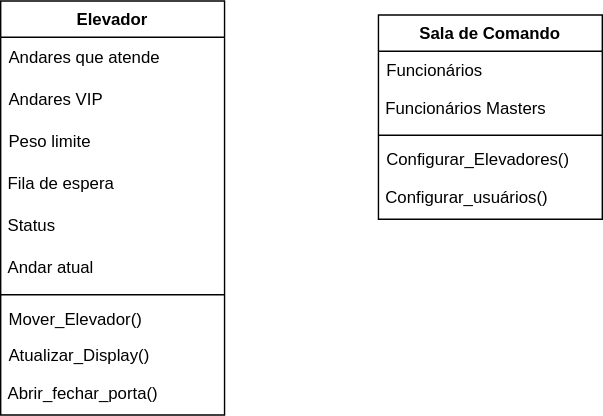
The draw.io diagram diagrama_classe.svg in wholocked1/Projeto-2-modelagem, before a commit. Source tidied: cells renumbered, new cells last; positions are measured from the earlier drawing's top-left corner, leaving out a move shared by most shapes.
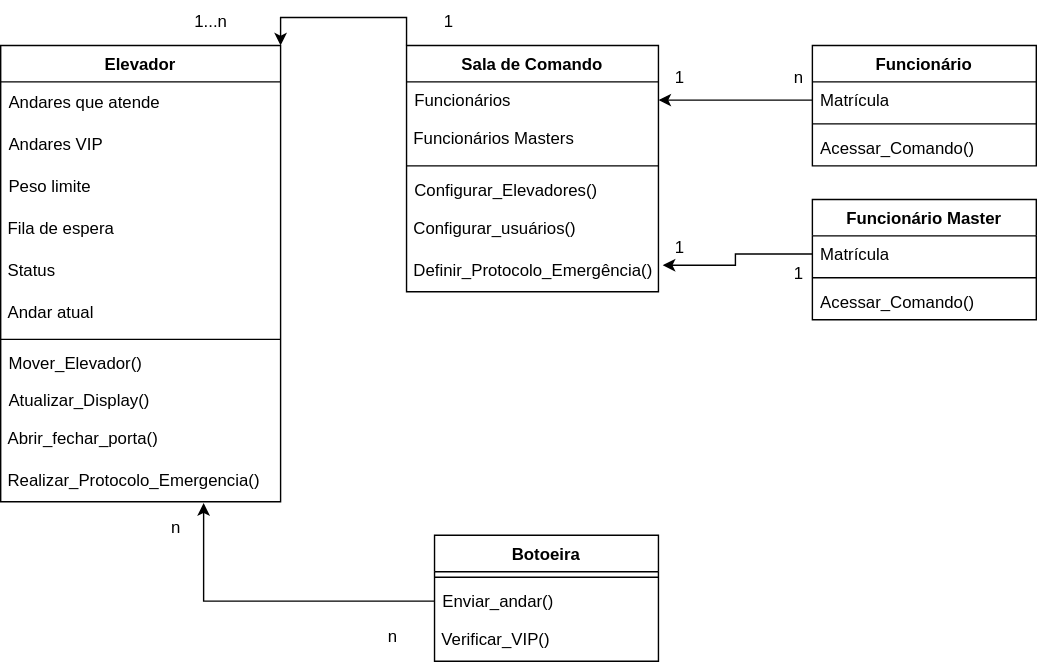
The same diagram one commit later.

What changed in the source:
```diff
@@ -3,55 +3,133 @@
     <mxCell id="0" />
     <mxCell id="1" parent="0" />
     <mxCell id="2" value="Elevador" style="swimlane;fontStyle=1;align=center;verticalAlign=top;horizontal=1;startSize=26;whiteSpace=wrap;html=1;" parent="1" vertex="1">
-      <mxGeometry width="160" height="296" as="geometry" />
+      <mxGeometry x="-10" width="200" height="326" as="geometry" />
     </mxCell>
     <mxCell id="3" value="Andares que atende" style="text;strokeColor=none;fillColor=none;align=left;verticalAlign=middle;spacingLeft=4;spacingRight=4;overflow=hidden;whiteSpace=wrap;html=1;" parent="2" vertex="1">
-      <mxGeometry y="26" width="160" height="30" as="geometry" />
+      <mxGeometry y="26" width="200" height="30" as="geometry" />
     </mxCell>
     <mxCell id="4" value="Andares VIP" style="text;strokeColor=none;fillColor=none;align=left;verticalAlign=middle;spacingLeft=4;spacingRight=4;overflow=hidden;whiteSpace=wrap;html=1;" parent="2" vertex="1">
-      <mxGeometry y="56" width="160" height="30" as="geometry" />
+      <mxGeometry y="56" width="200" height="30" as="geometry" />
     </mxCell>
     <mxCell id="5" value="Peso limite" style="text;strokeColor=none;fillColor=none;align=left;verticalAlign=middle;spacingLeft=4;spacingRight=4;overflow=hidden;whiteSpace=wrap;html=1;" parent="2" vertex="1">
-      <mxGeometry y="86" width="160" height="30" as="geometry" />
+      <mxGeometry y="86" width="200" height="30" as="geometry" />
     </mxCell>
     <mxCell id="6" value="&amp;nbsp;Fila de espera" style="text;html=1;align=left;verticalAlign=middle;strokeColor=none;fillColor=none;" parent="2" vertex="1">
-      <mxGeometry y="116" width="160" height="30" as="geometry" />
+      <mxGeometry y="116" width="200" height="30" as="geometry" />
     </mxCell>
     <mxCell id="7" value="&amp;nbsp;Status" style="text;html=1;align=left;verticalAlign=middle;strokeColor=none;fillColor=none;" parent="2" vertex="1">
-      <mxGeometry y="146" width="160" height="30" as="geometry" />
+      <mxGeometry y="146" width="200" height="30" as="geometry" />
     </mxCell>
     <mxCell id="8" value="&amp;nbsp;Andar atual" style="text;html=1;align=left;verticalAlign=middle;strokeColor=none;fillColor=none;" parent="2" vertex="1">
-      <mxGeometry y="176" width="160" height="30" as="geometry" />
+      <mxGeometry y="176" width="200" height="30" as="geometry" />
     </mxCell>
     <mxCell id="9" style="line;strokeWidth=1;fillColor=none;align=left;verticalAlign=middle;spacingTop=-1;spacingLeft=3;spacingRight=3;labelPosition=right;strokeColor=inherit;" parent="2" vertex="1">
-      <mxGeometry y="206" width="160" height="8" as="geometry" />
+      <mxGeometry y="206" width="200" height="8" as="geometry" />
     </mxCell>
     <mxCell id="10" value="Mover_Elevador()" style="text;strokeColor=none;fillColor=none;align=left;verticalAlign=top;spacingLeft=4;spacingRight=4;overflow=hidden;whiteSpace=wrap;html=1;" parent="2" vertex="1">
-      <mxGeometry y="214" width="160" height="26" as="geometry" />
+      <mxGeometry y="214" width="200" height="26" as="geometry" />
     </mxCell>
     <mxCell id="11" value="Atualizar_Display()" style="text;strokeColor=none;fillColor=none;align=left;verticalAlign=top;spacingLeft=4;spacingRight=4;overflow=hidden;whiteSpace=wrap;html=1;" parent="2" vertex="1">
-      <mxGeometry y="240" width="160" height="26" as="geometry" />
+      <mxGeometry y="240" width="200" height="26" as="geometry" />
     </mxCell>
     <mxCell id="12" value="&amp;nbsp;Abrir_fechar_porta()" style="text;html=1;align=left;verticalAlign=middle;strokeColor=none;fillColor=none;" parent="2" vertex="1">
-      <mxGeometry y="266" width="160" height="30" as="geometry" />
+      <mxGeometry y="266" width="200" height="30" as="geometry" />
     </mxCell>
+    <mxCell id="19" value="&amp;nbsp;Realizar_Protocolo_Emergencia()" style="text;html=1;align=left;verticalAlign=middle;points=[];strokeColor=none;fillColor=none;" parent="2" vertex="1">
+      <mxGeometry y="296" width="200" height="30" as="geometry" />
+    </mxCell>
+    <mxCell id="20" style="edgeStyle=orthogonalEdgeStyle;rounded=0;jettySize=auto;html=1;exitX=0;exitY=0;exitDx=0;exitDy=0;entryX=1;entryY=0;entryDx=0;entryDy=0;" parent="1" edge="1" source="13" target="2">
+      <mxGeometry relative="1" as="geometry" />
+    </mxCell>
     <mxCell id="13" value="Sala de Comando" style="swimlane;fontStyle=1;align=center;verticalAlign=top;horizontal=1;startSize=26;whiteSpace=wrap;html=1;" parent="1" vertex="1">
-      <mxGeometry x="270" y="10" width="160" height="146" as="geometry" />
+      <mxGeometry x="280" width="180" height="176" as="geometry" />
     </mxCell>
     <mxCell id="14" value="Funcionários" style="text;strokeColor=none;fillColor=none;align=left;verticalAlign=top;spacingLeft=4;spacingRight=4;overflow=hidden;points=[[0,0.5],[1,0.5]];portConstraint=eastwest;whiteSpace=wrap;html=1;" parent="13" vertex="1">
-      <mxGeometry y="26" width="160" height="26" as="geometry" />
+      <mxGeometry y="26" width="180" height="26" as="geometry" />
     </mxCell>
     <mxCell id="15" value="&amp;nbsp;Funcionários Masters" style="text;html=1;align=left;verticalAlign=middle;strokeColor=none;fillColor=none;" parent="13" vertex="1">
-      <mxGeometry y="52" width="160" height="30" as="geometry" />
+      <mxGeometry y="52" width="180" height="30" as="geometry" />
     </mxCell>
     <mxCell id="16" style="line;strokeWidth=1;fillColor=none;align=left;verticalAlign=middle;spacingTop=-1;spacingLeft=3;spacingRight=3;labelPosition=right;strokeColor=inherit;" parent="13" vertex="1">
-      <mxGeometry y="82" width="160" height="8" as="geometry" />
+      <mxGeometry y="82" width="180" height="8" as="geometry" />
     </mxCell>
     <mxCell id="17" value="Configurar_Elevadores()" style="text;strokeColor=none;fillColor=none;align=left;verticalAlign=top;spacingLeft=4;spacingRight=4;overflow=hidden;whiteSpace=wrap;html=1;" parent="13" vertex="1">
-      <mxGeometry y="90" width="160" height="26" as="geometry" />
+      <mxGeometry y="90" width="180" height="26" as="geometry" />
     </mxCell>
     <mxCell id="18" value="&amp;nbsp;Configurar_usuários()" style="text;html=1;align=left;verticalAlign=middle;strokeColor=none;fillColor=none;" parent="13" vertex="1">
-      <mxGeometry y="116" width="160" height="30" as="geometry" />
+      <mxGeometry y="116" width="180" height="30" as="geometry" />
     </mxCell>
+    <mxCell id="21" value="&amp;nbsp;Definir_Protocolo_Emergência()" style="text;html=1;align=left;verticalAlign=middle;points=[];strokeColor=none;fillColor=none;" parent="13" vertex="1">
+      <mxGeometry y="146" width="180" height="30" as="geometry" />
+    </mxCell>
+    <mxCell id="22" value="Funcionário" style="swimlane;fontStyle=1;align=center;verticalAlign=top;horizontal=1;startSize=26;whiteSpace=wrap;html=1;" parent="1" vertex="1">
+      <mxGeometry x="570" width="160" height="86" as="geometry" />
+    </mxCell>
+    <mxCell id="23" value="Matrícula" style="text;strokeColor=none;fillColor=none;align=left;verticalAlign=top;spacingLeft=4;spacingRight=4;overflow=hidden;points=[[0,0.5],[1,0.5]];portConstraint=eastwest;whiteSpace=wrap;html=1;" parent="22" vertex="1">
+      <mxGeometry y="26" width="160" height="26" as="geometry" />
+    </mxCell>
+    <mxCell id="24" style="line;strokeWidth=1;fillColor=none;align=left;verticalAlign=middle;spacingTop=-1;spacingLeft=3;spacingRight=3;labelPosition=right;strokeColor=inherit;" parent="22" vertex="1">
+      <mxGeometry y="52" width="160" height="8" as="geometry" />
+    </mxCell>
+    <mxCell id="25" value="Acessar_Comando()" style="text;strokeColor=none;fillColor=none;align=left;verticalAlign=top;spacingLeft=4;spacingRight=4;overflow=hidden;whiteSpace=wrap;html=1;" parent="22" vertex="1">
+      <mxGeometry y="60" width="160" height="26" as="geometry" />
+    </mxCell>
+    <mxCell id="26" value="Funcionário Master" style="swimlane;fontStyle=1;align=center;verticalAlign=top;horizontal=1;startSize=26;whiteSpace=wrap;html=1;" parent="1" vertex="1">
+      <mxGeometry x="570" y="110" width="160" height="86" as="geometry" />
+    </mxCell>
+    <mxCell id="27" value="Matrícula" style="text;strokeColor=none;fillColor=none;align=left;verticalAlign=top;spacingLeft=4;spacingRight=4;overflow=hidden;points=[[0,0.5],[1,0.5]];portConstraint=eastwest;whiteSpace=wrap;html=1;" parent="26" vertex="1">
+      <mxGeometry y="26" width="160" height="26" as="geometry" />
+    </mxCell>
+    <mxCell id="28" style="line;strokeWidth=1;fillColor=none;align=left;verticalAlign=middle;spacingTop=-1;spacingLeft=3;spacingRight=3;labelPosition=right;strokeColor=inherit;" parent="26" vertex="1">
+      <mxGeometry y="52" width="160" height="8" as="geometry" />
+    </mxCell>
+    <mxCell id="29" value="Acessar_Comando()" style="text;strokeColor=none;fillColor=none;align=left;verticalAlign=top;spacingLeft=4;spacingRight=4;overflow=hidden;whiteSpace=wrap;html=1;" parent="26" vertex="1">
+      <mxGeometry y="60" width="160" height="26" as="geometry" />
+    </mxCell>
+    <mxCell id="30" value="Botoeira" style="swimlane;fontStyle=1;align=center;verticalAlign=top;horizontal=1;startSize=26;whiteSpace=wrap;html=1;" parent="1" vertex="1">
+      <mxGeometry x="300" y="350" width="160" height="90" as="geometry" />
+    </mxCell>
+    <mxCell id="31" style="line;strokeWidth=1;fillColor=none;align=left;verticalAlign=middle;spacingTop=-1;spacingLeft=3;spacingRight=3;labelPosition=right;strokeColor=inherit;" parent="30" vertex="1">
+      <mxGeometry y="26" width="160" height="8" as="geometry" />
+    </mxCell>
+    <mxCell id="32" value="Enviar_andar()" style="text;strokeColor=none;fillColor=none;align=left;verticalAlign=top;spacingLeft=4;spacingRight=4;overflow=hidden;points=[[0,0.5],[1,0.5]];portConstraint=eastwest;whiteSpace=wrap;html=1;" parent="30" vertex="1">
+      <mxGeometry y="34" width="160" height="26" as="geometry" />
+    </mxCell>
+    <mxCell id="33" value="&amp;nbsp;Verificar_VIP()" style="text;html=1;align=left;verticalAlign=middle;strokeColor=none;fillColor=none;" parent="30" vertex="1">
+      <mxGeometry y="60" width="160" height="30" as="geometry" />
+    </mxCell>
+    <mxCell id="34" style="edgeStyle=orthogonalEdgeStyle;rounded=0;jettySize=auto;html=1;exitX=0;exitY=0.5;exitDx=0;exitDy=0;entryX=0.725;entryY=1.033;entryDx=0;entryDy=0;entryPerimeter=0;" parent="1" edge="1" source="32" target="19">
+      <mxGeometry relative="1" as="geometry" />
+    </mxCell>
+    <mxCell id="35" style="edgeStyle=orthogonalEdgeStyle;rounded=0;jettySize=auto;html=1;exitX=0;exitY=0.5;exitDx=0;exitDy=0;entryX=1;entryY=0.5;entryDx=0;entryDy=0;" parent="1" edge="1" source="23" target="14">
+      <mxGeometry relative="1" as="geometry" />
+    </mxCell>
+    <mxCell id="36" style="edgeStyle=orthogonalEdgeStyle;rounded=0;jettySize=auto;html=1;exitX=0;exitY=0.5;exitDx=0;exitDy=0;entryX=1.017;entryY=0.367;entryDx=0;entryDy=0;entryPerimeter=0;" parent="1" edge="1" source="27" target="21">
+      <mxGeometry relative="1" as="geometry" />
+    </mxCell>
+    <mxCell id="37" value="1" style="text;html=1;align=center;verticalAlign=middle;strokeColor=none;fillColor=none;" parent="1" vertex="1">
+      <mxGeometry x="295" y="-32" width="30" height="30" as="geometry" />
+    </mxCell>
+    <mxCell id="38" value="1...n" style="text;html=1;align=center;verticalAlign=middle;strokeColor=none;fillColor=none;" parent="1" vertex="1">
+      <mxGeometry x="115" y="-32" width="50" height="30" as="geometry" />
+    </mxCell>
+    <mxCell id="39" value="n" style="text;html=1;align=center;verticalAlign=middle;strokeColor=none;fillColor=none;" parent="1" vertex="1">
+      <mxGeometry x="255" y="408" width="30" height="30" as="geometry" />
+    </mxCell>
+    <mxCell id="40" value="n" style="text;html=1;align=center;verticalAlign=middle;strokeColor=none;fillColor=none;" parent="1" vertex="1">
+      <mxGeometry x="100" y="330" width="30" height="30" as="geometry" />
+    </mxCell>
+    <mxCell id="41" value="1" style="text;html=1;align=center;verticalAlign=middle;strokeColor=none;fillColor=none;" parent="1" vertex="1">
+      <mxGeometry x="545" y="148" width="30" height="30" as="geometry" />
+    </mxCell>
+    <mxCell id="42" value="1" style="text;html=1;align=center;verticalAlign=middle;strokeColor=none;fillColor=none;" parent="1" vertex="1">
+      <mxGeometry x="460" y="130" width="30" height="30" as="geometry" />
+    </mxCell>
+    <mxCell id="43" value="n" style="text;html=1;align=center;verticalAlign=middle;strokeColor=none;fillColor=none;" parent="1" vertex="1">
+      <mxGeometry x="545" y="8" width="30" height="30" as="geometry" />
+    </mxCell>
+    <mxCell id="44" value="1" style="text;html=1;align=center;verticalAlign=middle;strokeColor=none;fillColor=none;" parent="1" vertex="1">
+      <mxGeometry x="460" y="8" width="30" height="30" as="geometry" />
+    </mxCell>
   </root>
 </mxGraphModel>
```
